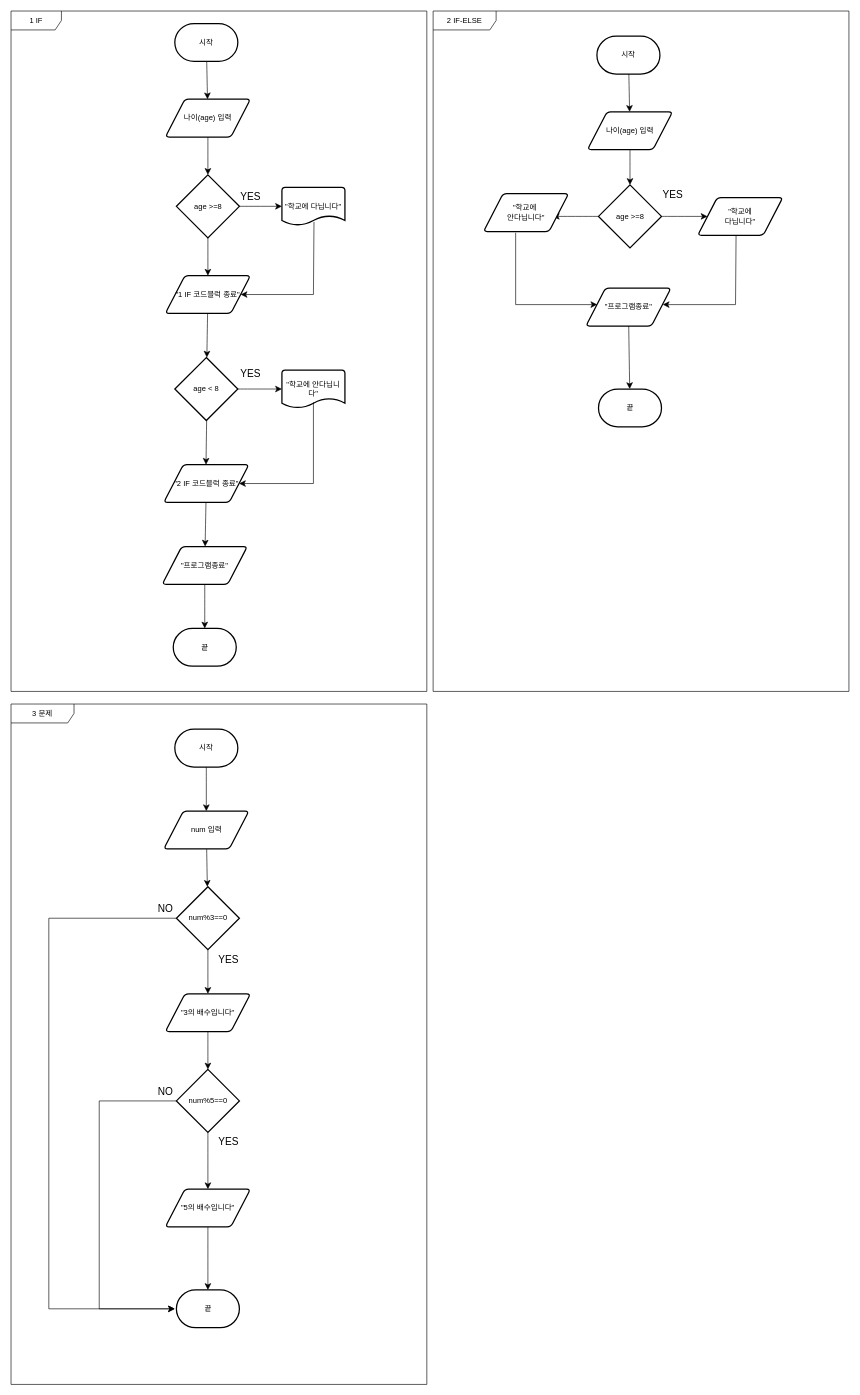
STD-INFO-COMPUTING-WEB-2024-12-25/06_JAVA keeps this draw.io diagram as JAVABOOK/src/Ch06/순서도.drawio. Above is the earlier version. Source tidied: cells renumbered, new cells numbered last; positions are measured from the earlier drawing's top-left corner, leaving out a move shared by most shapes. Both pictures are drawn from the tidied source at 63%, with x=0, y=0 at pixel (11, 11).
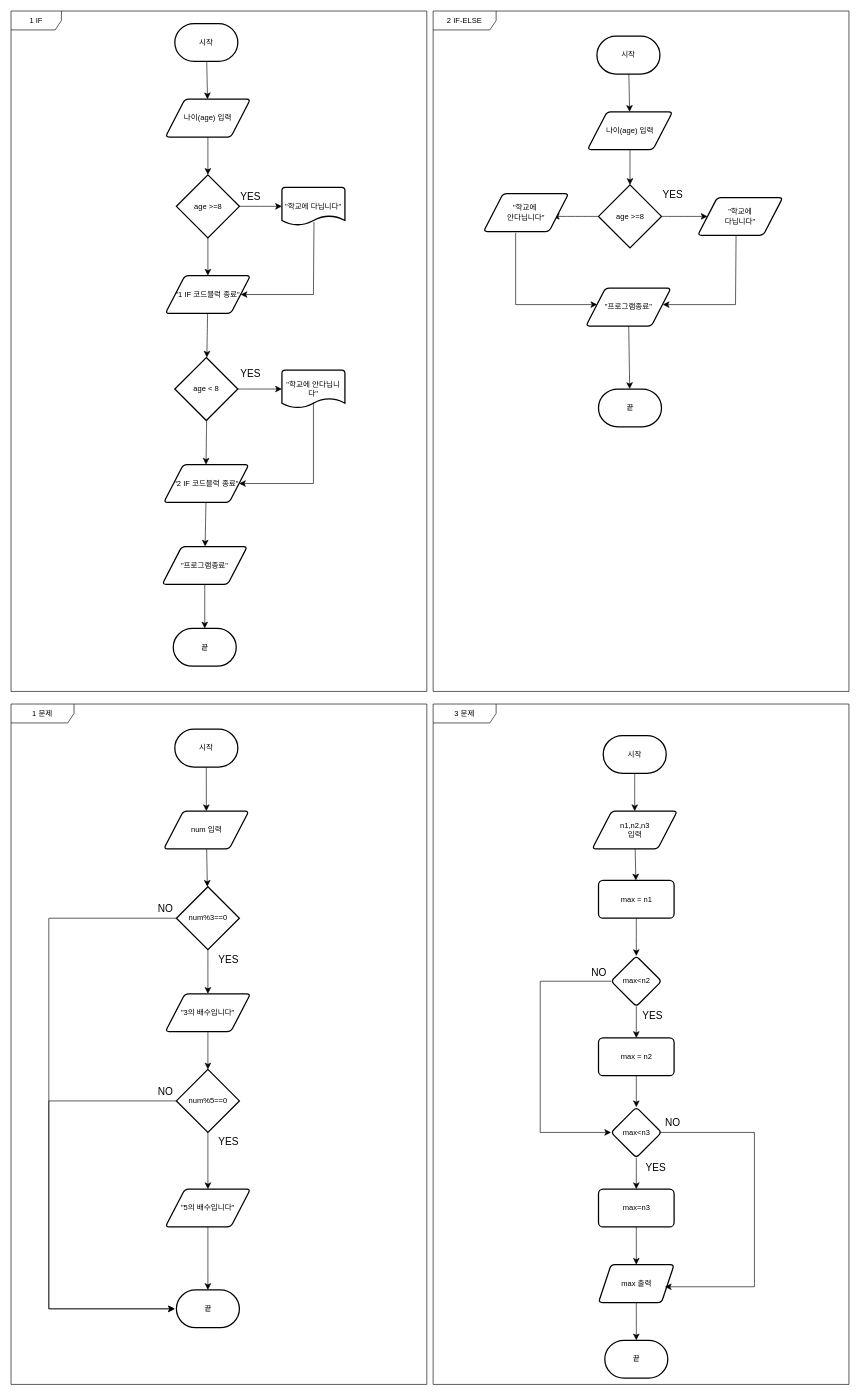
The same page after the edit.

Unchanged cells that the change refers to:
```xml
<mxCell id="51" value="num%5==0" style="strokeWidth=2;html=1;shape=mxgraph.flowchart.decision;whiteSpace=wrap;" parent="1" vertex="1">
  <mxGeometry x="262.5" y="1680" width="100" height="100" as="geometry" />
</mxCell>
```

What changed in the source:
```diff
@@
-    <mxCell id="39" value="3 문제" style="shape=umlFrame;whiteSpace=wrap;html=1;width=100;height=30;" parent="1" vertex="1">
+    <mxCell id="39" value="1 문제" style="shape=umlFrame;whiteSpace=wrap;html=1;width=100;height=30;" parent="1" vertex="1">
       <mxGeometry y="1100" width="660" height="1080" as="geometry" />
     </mxCell>
@@
     <mxCell id="60" style="edgeStyle=none;curved=0;rounded=0;jettySize=auto;html=1;fontSize=12;startSize=8;endSize=8;exitX=0;exitY=0.5;exitDx=0;exitDy=0;exitPerimeter=0;" parent="1" edge="1" source="51">
       <mxGeometry relative="1" as="geometry">
         <mxPoint x="260" y="2060" as="targetPoint" />
         <Array as="points">
-          <mxPoint x="140" y="1730" />
-          <mxPoint x="140" y="2060" />
+          <mxPoint x="60" y="1730" />
+          <mxPoint x="60" y="2060" />
         </Array>
       </mxGeometry>
     </mxCell>
@@
+    <mxCell id="62" value="3 문제" style="shape=umlFrame;whiteSpace=wrap;html=1;width=100;height=30;" parent="1" vertex="1">
+      <mxGeometry x="670" y="1100" width="660" height="1080" as="geometry" />
+    </mxCell>
+    <mxCell id="63" style="edgeStyle=none;curved=1;rounded=0;jettySize=auto;html=1;fontSize=12;startSize=8;endSize=8;" parent="1" edge="1" source="64" target="67">
+      <mxGeometry relative="1" as="geometry" />
+    </mxCell>
+    <mxCell id="64" value="시작" style="strokeWidth=2;html=1;shape=mxgraph.flowchart.terminator;whiteSpace=wrap;" parent="1" vertex="1">
+      <mxGeometry x="940" y="1150" width="100" height="60" as="geometry" />
+    </mxCell>
+    <mxCell id="65" value="끝" style="strokeWidth=2;html=1;shape=mxgraph.flowchart.terminator;whiteSpace=wrap;" parent="1" vertex="1">
+      <mxGeometry x="942.5" y="2110" width="100" height="60" as="geometry" />
+    </mxCell>
+    <mxCell id="66" style="edgeStyle=none;curved=1;rounded=0;jettySize=auto;html=1;fontSize=12;startSize=8;endSize=8;" parent="1" edge="1" source="67" target="69">
+      <mxGeometry relative="1" as="geometry" />
+    </mxCell>
+    <mxCell id="67" value="n1,n2,n3&lt;br&gt;입력" style="shape=parallelogram;html=1;strokeWidth=2;perimeter=parallelogramPerimeter;whiteSpace=wrap;rounded=1;arcSize=12;size=0.23;" parent="1" vertex="1">
+      <mxGeometry x="922.5" y="1270" width="135" height="60" as="geometry" />
+    </mxCell>
+    <mxCell id="68" style="edgeStyle=none;curved=1;rounded=0;jettySize=auto;html=1;fontSize=12;startSize=8;endSize=8;" parent="1" edge="1" source="69" target="71">
+      <mxGeometry relative="1" as="geometry" />
+    </mxCell>
+    <mxCell id="69" value="max = n1" style="whiteSpace=wrap;html=1;strokeWidth=2;rounded=1;arcSize=12;" parent="1" vertex="1">
+      <mxGeometry x="932.5" y="1380" width="120" height="60" as="geometry" />
+    </mxCell>
+    <mxCell id="70" style="edgeStyle=none;curved=1;rounded=0;jettySize=auto;html=1;fontSize=12;startSize=8;endSize=8;" parent="1" edge="1" source="71" target="73">
+      <mxGeometry relative="1" as="geometry" />
+    </mxCell>
+    <mxCell id="71" value="max&amp;lt;n2" style="rhombus;whiteSpace=wrap;html=1;strokeWidth=2;rounded=1;arcSize=12;" parent="1" vertex="1">
+      <mxGeometry x="952.5" y="1500" width="80" height="80" as="geometry" />
+    </mxCell>
+    <mxCell id="72" style="edgeStyle=none;curved=1;rounded=0;jettySize=auto;html=1;fontSize=12;startSize=8;endSize=8;" parent="1" edge="1" source="73" target="76">
+      <mxGeometry relative="1" as="geometry" />
+    </mxCell>
+    <mxCell id="73" value="max = n2" style="whiteSpace=wrap;html=1;strokeWidth=2;rounded=1;arcSize=12;" parent="1" vertex="1">
+      <mxGeometry x="932.5" y="1630" width="120" height="60" as="geometry" />
+    </mxCell>
+    <mxCell id="74" value="YES" style="text;html=1;align=center;verticalAlign=middle;strokeColor=none;fillColor=none;fontSize=16;" parent="1" vertex="1">
+      <mxGeometry x="987.5" y="1580" width="60" height="30" as="geometry" />
+    </mxCell>
+    <mxCell id="75" style="edgeStyle=none;curved=1;rounded=0;jettySize=auto;html=1;fontSize=12;startSize=8;endSize=8;" parent="1" edge="1" source="76" target="78">
+      <mxGeometry relative="1" as="geometry" />
+    </mxCell>
+    <mxCell id="76" value="max&amp;lt;n3" style="rhombus;whiteSpace=wrap;html=1;strokeWidth=2;rounded=1;arcSize=12;" parent="1" vertex="1">
+      <mxGeometry x="952.5" y="1740" width="80" height="80" as="geometry" />
+    </mxCell>
+    <mxCell id="77" style="edgeStyle=none;curved=1;rounded=0;jettySize=auto;html=1;fontSize=12;startSize=8;endSize=8;" parent="1" edge="1" source="78" target="83">
+      <mxGeometry relative="1" as="geometry" />
+    </mxCell>
+    <mxCell id="78" value="max=n3" style="whiteSpace=wrap;html=1;strokeWidth=2;rounded=1;arcSize=12;" parent="1" vertex="1">
+      <mxGeometry x="932.5" y="1870" width="120" height="60" as="geometry" />
+    </mxCell>
+    <mxCell id="79" value="YES" style="text;html=1;align=center;verticalAlign=middle;strokeColor=none;fillColor=none;fontSize=16;" parent="1" vertex="1">
+      <mxGeometry x="992.5" y="1820" width="60" height="30" as="geometry" />
+    </mxCell>
+    <mxCell id="80" style="edgeStyle=none;curved=0;rounded=0;jettySize=auto;html=1;fontSize=12;startSize=8;endSize=8;exitX=0;exitY=0.5;exitDx=0;exitDy=0;entryX=0;entryY=0.5;entryDx=0;entryDy=0;" parent="1" edge="1" source="71" target="76">
+      <mxGeometry relative="1" as="geometry">
+        <Array as="points">
+          <mxPoint x="840" y="1540" />
+          <mxPoint x="840" y="1780" />
+        </Array>
+      </mxGeometry>
+    </mxCell>
+    <mxCell id="81" value="NO" style="text;html=1;align=center;verticalAlign=middle;strokeColor=none;fillColor=none;fontSize=16;" parent="1" vertex="1">
+      <mxGeometry x="907.5" y="1511" width="50" height="30" as="geometry" />
+    </mxCell>
+    <mxCell id="82" style="edgeStyle=none;curved=1;rounded=0;jettySize=auto;html=1;fontSize=12;startSize=8;endSize=8;" parent="1" edge="1" source="83" target="65">
+      <mxGeometry relative="1" as="geometry" />
+    </mxCell>
+    <mxCell id="83" value="max 출력" style="shape=parallelogram;perimeter=parallelogramPerimeter;whiteSpace=wrap;html=1;fixedSize=1;strokeWidth=2;rounded=1;arcSize=12;" parent="1" vertex="1">
+      <mxGeometry x="932.5" y="1990" width="120" height="60" as="geometry" />
+    </mxCell>
+    <mxCell id="84" style="edgeStyle=none;curved=1;rounded=0;orthogonalLoop=1;jettySize=auto;html=1;exitX=1;exitY=0.75;exitDx=0;exitDy=0;fontSize=12;startSize=8;endSize=8;" parent="1" edge="1" source="83" target="83">
+      <mxGeometry relative="1" as="geometry" />
+    </mxCell>
+    <mxCell id="85" style="edgeStyle=none;curved=0;rounded=0;orthogonalLoop=1;jettySize=auto;html=1;fontSize=12;startSize=8;endSize=8;exitX=1;exitY=0.5;exitDx=0;exitDy=0;entryX=0.898;entryY=0.584;entryDx=0;entryDy=0;entryPerimeter=0;" parent="1" edge="1">
+      <mxGeometry relative="1" as="geometry">
+        <mxPoint x="1030" y="1780" as="sourcePoint" />
+        <mxPoint x="1037.8" y="2025" as="targetPoint" />
+        <Array as="points">
+          <mxPoint x="1180" y="1780" />
+          <mxPoint x="1180" y="2025" />
+        </Array>
+      </mxGeometry>
+    </mxCell>
+    <mxCell id="86" value="NO" style="text;html=1;align=center;verticalAlign=middle;strokeColor=none;fillColor=none;fontSize=16;" parent="1" vertex="1">
+      <mxGeometry x="1025" y="1750" width="50" height="30" as="geometry" />
+    </mxCell>
```
